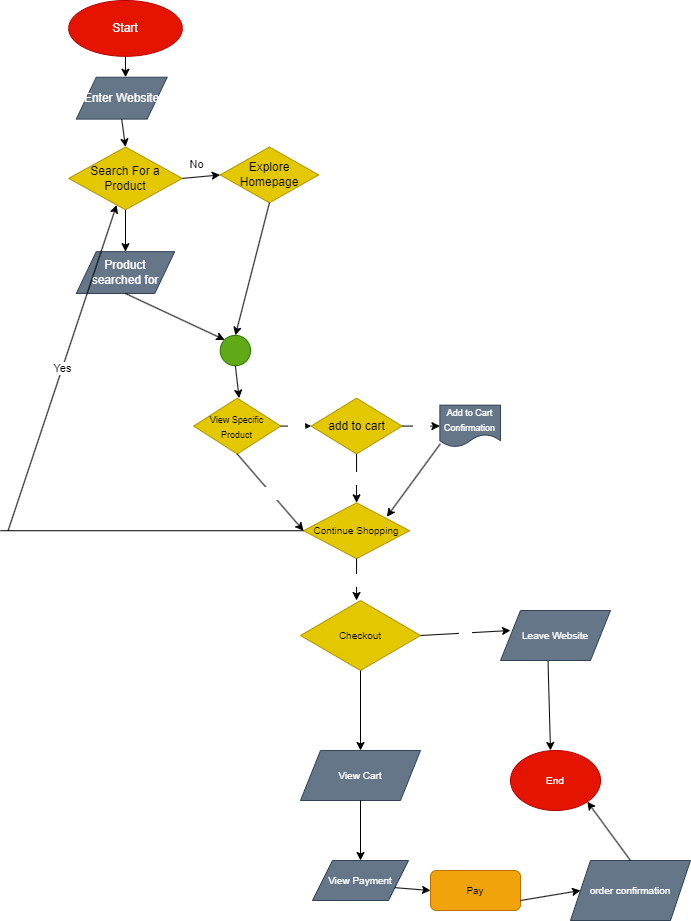
Earlier version of the draw.io export explore/diagramming/diagram.drawio.png (jvtang487/sp24-cse110-lab4). Source tidied: cells renumbered, new cells last; positions are measured from the earlier drawing's top-left corner, leaving out a move shared by most shapes.
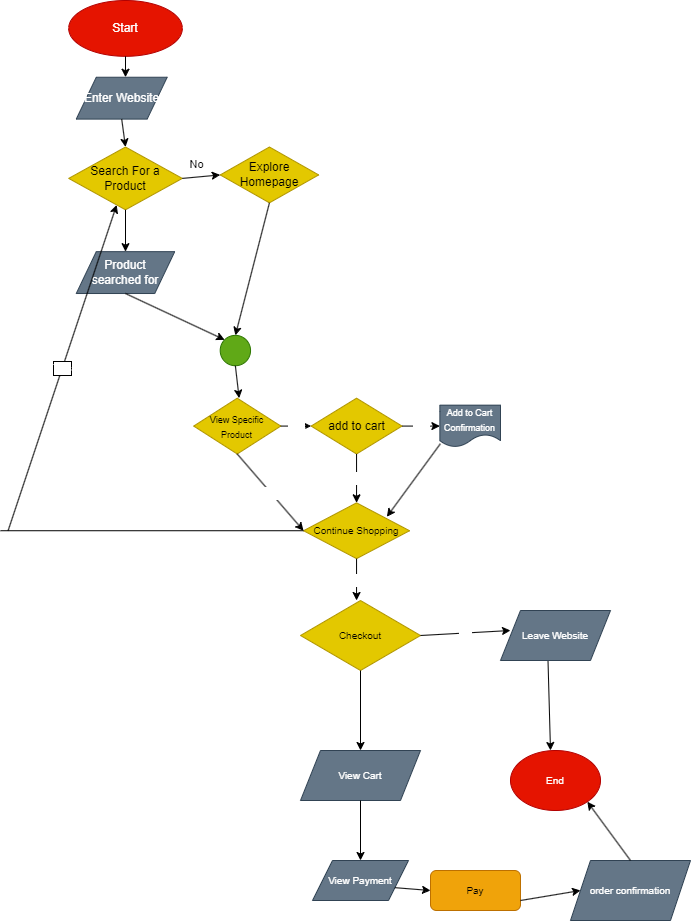
The same diagram one commit later.

What changed in the source:
```diff
@@ -161,7 +161,7 @@
         <mxPoint x="7.6" y="530.2" as="sourcePoint" />
       </mxGeometry>
     </mxCell>
-    <mxCell id="46" value="Yes" style="edgeLabel;html=1;align=center;verticalAlign=middle;fontColor=#000000;" parent="45" vertex="1">
+    <mxCell id="46" value="Yes" style="edgeLabel;html=1;align=center;verticalAlign=middle;fontColor=#FFFFFF;labelBorderColor=default;" parent="45" vertex="1">
       <mxGeometry relative="1" as="geometry" />
     </mxCell>
     <mxCell id="47" style="endArrow=classic;html=1;fontColor=#FFFFFF;exitX=0.5;exitY=1;exitDx=0;exitDy=0;" parent="1" edge="1" source="43">
```
